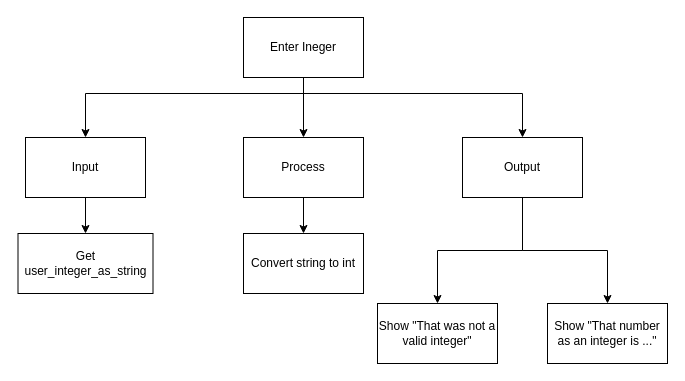
Above: docs/structured-problem-solving/images/top-down-try-catch.drawio in Mr-Coxall/Computer-Based-Problem-Solving (draw.io), before the change. Source tidied: cells renumbered, new cells numbered last; positions are measured from the earlier drawing's top-left corner, leaving out a move shared by most shapes. Both pictures are drawn from the tidied source at 100%, with x=0, y=0 at pixel (18, 17).
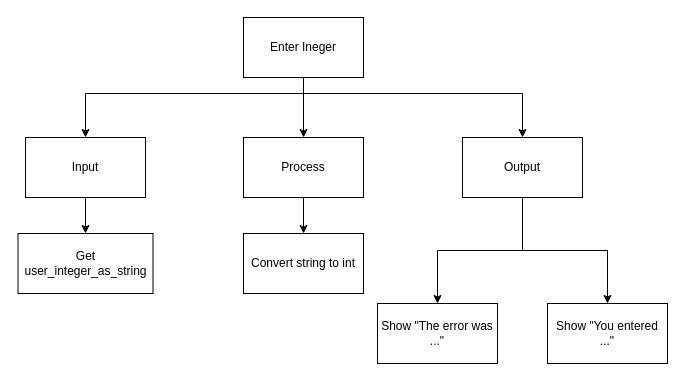
After the change.

Change to the diagram source:
```diff
@@
-    <mxCell id="15" value="Show &quot;That number as an integer is ...&quot;" style="rounded=0;whiteSpace=wrap;html=1;" parent="1" vertex="1">
+    <mxCell id="15" value="Show &quot;You entered ...&quot;" style="rounded=0;whiteSpace=wrap;html=1;" parent="1" vertex="1">
       <mxGeometry x="529" y="286" width="120" height="60" as="geometry" />
     </mxCell>
-    <mxCell id="16" value="Show &quot;That was not a valid integer&quot;" style="rounded=0;whiteSpace=wrap;html=1;" parent="1" vertex="1">
+    <mxCell id="16" value="Show &quot;The error was ...&quot;" style="rounded=0;whiteSpace=wrap;html=1;" parent="1" vertex="1">
       <mxGeometry x="359" y="286" width="120" height="60" as="geometry" />
     </mxCell>
```
